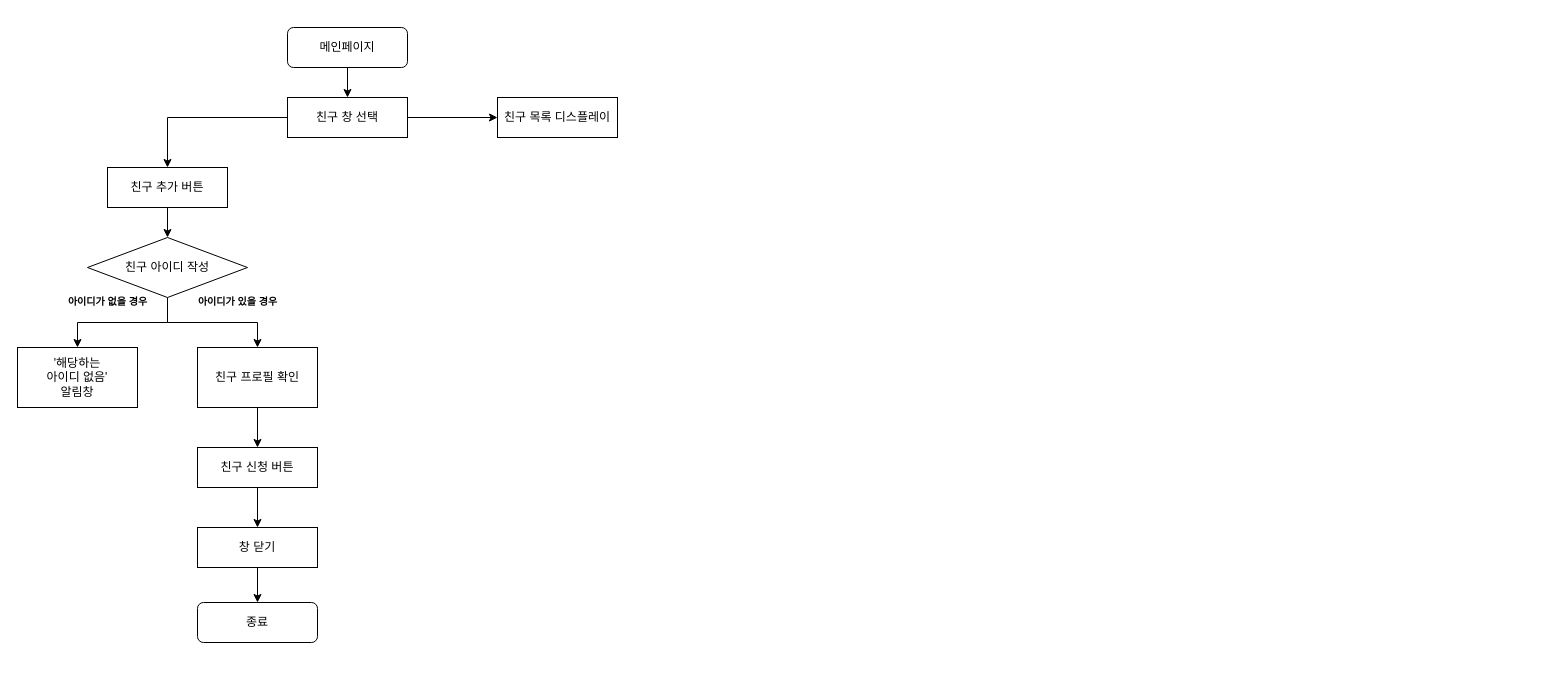
Earlier version of the draw.io diagram 제목 없는 다이어그램.drawio (belavenir21/git_sample). Source tidied: cells renumbered, new cells numbered last; positions are measured from the earlier drawing's top-left corner, leaving out a move shared by most shapes. Both pictures are drawn from the tidied source at 100%, with x=0, y=0 at pixel (17, 27).
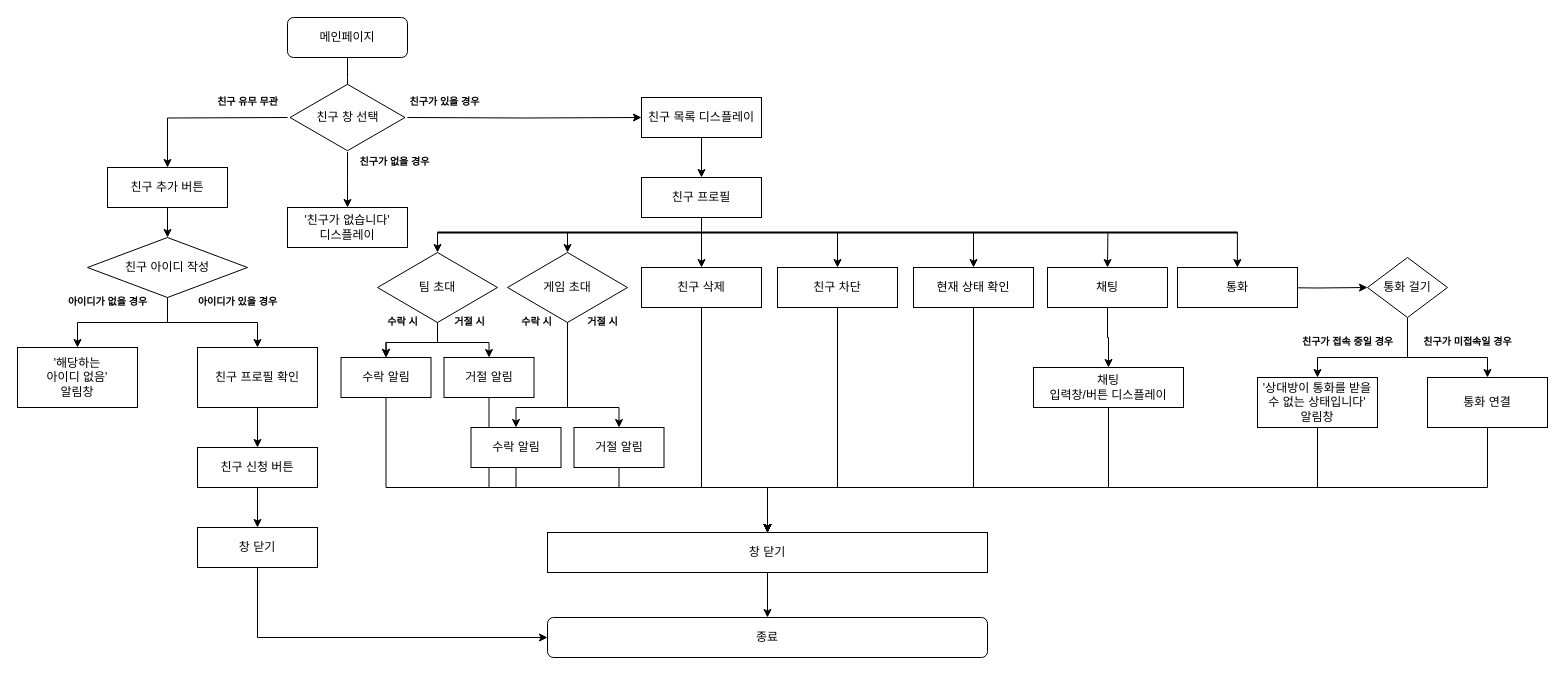
The same diagram, later.

Commit message:
제목 없는 다이어그램.drawio 업데이트

Unchanged cells that the change refers to:
```xml
<mxCell id="9" value="친구 추가 버튼" style="whiteSpace=wrap;html=1;rounded=0;" parent="1" vertex="1">
  <mxGeometry x="90" y="140" width="120" height="40" as="geometry" />
</mxCell>
<mxCell id="21" value="창 닫기" style="whiteSpace=wrap;html=1;rounded=0;" parent="1" vertex="1">
  <mxGeometry x="180" y="500" width="120" height="40" as="geometry" />
</mxCell>
```

The edit, as a diff of the source:
```diff
@@
-    <mxCell id="2" style="edgeStyle=orthogonalEdgeStyle;rounded=0;jettySize=auto;html=1;entryX=0.5;entryY=0;entryDx=0;entryDy=0;" parent="1" edge="1" source="3" target="7">
-      <mxGeometry relative="1" as="geometry" />
+    <mxCell id="2" style="edgeStyle=orthogonalEdgeStyle;rounded=0;jettySize=auto;html=1;entryX=0.5;entryY=0;entryDx=0;entryDy=0;" parent="1" edge="1" source="3">
+      <mxGeometry relative="1" as="geometry">
+        <mxPoint x="330" y="70" as="targetPoint" />
+      </mxGeometry>
     </mxCell>
     <mxCell id="3" value="메인페이지" style="rounded=1;whiteSpace=wrap;html=1;fontSize=12;glass=0;strokeWidth=1;shadow=0;" parent="1" vertex="1">
-      <mxGeometry x="270" width="120" height="40" as="geometry" />
+      <mxGeometry x="270" y="-10" width="120" height="40" as="geometry" />
     </mxCell>
     <mxCell id="4" value="종료" style="rounded=1;whiteSpace=wrap;html=1;fontSize=12;glass=0;strokeWidth=1;shadow=0;" parent="1" vertex="1">
-      <mxGeometry x="180" y="575" width="120" height="40" as="geometry" />
+      <mxGeometry x="530" y="590" width="440" height="40" as="geometry" />
     </mxCell>
-    <mxCell id="5" style="edgeStyle=orthogonalEdgeStyle;rounded=0;jettySize=auto;html=1;" parent="1" edge="1" source="7" target="9">
-      <mxGeometry relative="1" as="geometry" />
+    <mxCell id="5" style="edgeStyle=orthogonalEdgeStyle;rounded=0;jettySize=auto;html=1;" parent="1" edge="1" target="9">
+      <mxGeometry relative="1" as="geometry">
+        <mxPoint x="270" y="90" as="sourcePoint" />
+      </mxGeometry>
     </mxCell>
-    <mxCell id="6" style="edgeStyle=orthogonalEdgeStyle;rounded=0;jettySize=auto;html=1;" parent="1" edge="1" source="7" target="22">
-      <mxGeometry relative="1" as="geometry" />
+    <mxCell id="6" style="edgeStyle=orthogonalEdgeStyle;rounded=0;jettySize=auto;html=1;exitX=1;exitY=0.5;exitDx=0;exitDy=0;" parent="1" edge="1" target="22">
+      <mxGeometry relative="1" as="geometry">
+        <mxPoint x="390" y="90" as="sourcePoint" />
+      </mxGeometry>
     </mxCell>
-    <mxCell id="7" value="친구 창 선택" style="rounded=0;whiteSpace=wrap;html=1;" parent="1" vertex="1">
-      <mxGeometry x="270" y="70" width="120" height="40" as="geometry" />
-    </mxCell>
@@
     <mxCell id="20" style="edgeStyle=orthogonalEdgeStyle;rounded=0;jettySize=auto;html=1;" parent="1" edge="1" source="21" target="4">
-      <mxGeometry relative="1" as="geometry" />
+      <mxGeometry relative="1" as="geometry">
+        <Array as="points">
+          <mxPoint x="240" y="610" />
+        </Array>
+      </mxGeometry>
     </mxCell>
@@
+    <mxCell id="23" style="edgeStyle=orthogonalEdgeStyle;rounded=0;jettySize=auto;html=1;" parent="1" edge="1" source="22" target="25">
+      <mxGeometry relative="1" as="geometry" />
+    </mxCell>
     <mxCell id="22" value="친구 목록 디스플레이" style="whiteSpace=wrap;html=1;rounded=0;" parent="1" vertex="1">
-      <mxGeometry x="480" y="70" width="120" height="40" as="geometry" />
+      <mxGeometry x="624" y="70" width="120" height="40" as="geometry" />
     </mxCell>
+    <mxCell id="24" style="edgeStyle=orthogonalEdgeStyle;rounded=0;jettySize=auto;html=1;exitX=0.5;exitY=1;exitDx=0;exitDy=0;entryX=0.5;entryY=0;entryDx=0;entryDy=0;" parent="1" edge="1" source="25" target="39">
+      <mxGeometry relative="1" as="geometry" />
+    </mxCell>
+    <mxCell id="25" value="친구 프로필" style="whiteSpace=wrap;html=1;rounded=0;" parent="1" vertex="1">
+      <mxGeometry x="624" y="150" width="120" height="40" as="geometry" />
+    </mxCell>
+    <mxCell id="26" style="edgeStyle=orthogonalEdgeStyle;rounded=0;jettySize=auto;html=1;exitX=0.5;exitY=1;exitDx=0;exitDy=0;entryX=0.5;entryY=0;entryDx=0;entryDy=0;" parent="1" edge="1" source="28" target="51">
+      <mxGeometry relative="1" as="geometry">
+        <Array as="points">
+          <mxPoint x="550" y="380" />
+          <mxPoint x="499" y="380" />
+        </Array>
+      </mxGeometry>
+    </mxCell>
+    <mxCell id="27" style="edgeStyle=orthogonalEdgeStyle;rounded=0;jettySize=auto;html=1;exitX=0.5;exitY=1;exitDx=0;exitDy=0;entryX=0.5;entryY=0;entryDx=0;entryDy=0;" parent="1" edge="1" source="28" target="53">
+      <mxGeometry relative="1" as="geometry">
+        <Array as="points">
+          <mxPoint x="550" y="380" />
+          <mxPoint x="601" y="380" />
+        </Array>
+      </mxGeometry>
+    </mxCell>
+    <mxCell id="28" value="게임 초대" style="rhombus;whiteSpace=wrap;html=1;rounded=0;" parent="1" vertex="1">
+      <mxGeometry x="490" y="225" width="120" height="70" as="geometry" />
+    </mxCell>
+    <mxCell id="29" style="edgeStyle=orthogonalEdgeStyle;rounded=0;jettySize=auto;html=1;" parent="1" edge="1" source="32" target="47">
+      <mxGeometry relative="1" as="geometry" />
+    </mxCell>
+    <mxCell id="30" style="edgeStyle=orthogonalEdgeStyle;rounded=0;jettySize=auto;html=1;" parent="1" edge="1" source="32" target="47">
+      <mxGeometry relative="1" as="geometry" />
+    </mxCell>
+    <mxCell id="31" style="edgeStyle=orthogonalEdgeStyle;rounded=0;jettySize=auto;html=1;exitX=0.5;exitY=1;exitDx=0;exitDy=0;entryX=0.5;entryY=0;entryDx=0;entryDy=0;" parent="1" edge="1" source="32" target="49">
+      <mxGeometry relative="1" as="geometry" />
+    </mxCell>
+    <mxCell id="32" value="팀 초대" style="rhombus;whiteSpace=wrap;html=1;rounded=0;" parent="1" vertex="1">
+      <mxGeometry x="360" y="225" width="120" height="70" as="geometry" />
+    </mxCell>
+    <mxCell id="33" style="edgeStyle=orthogonalEdgeStyle;rounded=0;jettySize=auto;html=1;exitX=0.5;exitY=1;exitDx=0;exitDy=0;entryX=0.5;entryY=0;entryDx=0;entryDy=0;" parent="1" edge="1" source="34" target="55">
+      <mxGeometry relative="1" as="geometry">
+        <Array as="points">
+          <mxPoint x="820" y="460" />
+          <mxPoint x="750" y="460" />
+        </Array>
+      </mxGeometry>
+    </mxCell>
+    <mxCell id="34" value="친구 차단" style="whiteSpace=wrap;html=1;rounded=0;" parent="1" vertex="1">
+      <mxGeometry x="760" y="240" width="120" height="40" as="geometry" />
+    </mxCell>
+    <mxCell id="35" style="edgeStyle=orthogonalEdgeStyle;rounded=0;jettySize=auto;html=1;exitX=0.5;exitY=1;exitDx=0;exitDy=0;entryX=0.5;entryY=0;entryDx=0;entryDy=0;" parent="1" edge="1" source="36" target="55">
+      <mxGeometry relative="1" as="geometry">
+        <Array as="points">
+          <mxPoint x="956" y="460" />
+          <mxPoint x="750" y="460" />
+        </Array>
+      </mxGeometry>
+    </mxCell>
+    <mxCell id="36" value="현재 상태 확인" style="whiteSpace=wrap;html=1;rounded=0;" parent="1" vertex="1">
+      <mxGeometry x="896" y="240" width="120" height="40" as="geometry" />
+    </mxCell>
+    <mxCell id="37" style="edgeStyle=orthogonalEdgeStyle;rounded=0;orthogonalLoop=1;jettySize=auto;html=1;exitX=0.5;exitY=1;exitDx=0;exitDy=0;" parent="1" edge="1" source="36" target="36">
+      <mxGeometry relative="1" as="geometry" />
+    </mxCell>
+    <mxCell id="38" style="edgeStyle=orthogonalEdgeStyle;rounded=0;jettySize=auto;html=1;exitX=0.5;exitY=1;exitDx=0;exitDy=0;entryX=0.5;entryY=0;entryDx=0;entryDy=0;" parent="1" edge="1" source="39" target="55">
+      <mxGeometry relative="1" as="geometry">
+        <Array as="points">
+          <mxPoint x="684" y="460" />
+          <mxPoint x="750" y="460" />
+        </Array>
+      </mxGeometry>
+    </mxCell>
+    <mxCell id="39" value="친구 삭제" style="whiteSpace=wrap;html=1;rounded=0;" parent="1" vertex="1">
+      <mxGeometry x="624" y="240" width="120" height="40" as="geometry" />
+    </mxCell>
+    <mxCell id="40" style="edgeStyle=orthogonalEdgeStyle;rounded=0;jettySize=auto;html=1;exitX=0.25;exitY=0.5;exitDx=0;exitDy=0;exitPerimeter=0;entryX=0.5;entryY=0;entryDx=0;entryDy=0;" parent="1" edge="1" source="45" target="28">
+      <mxGeometry relative="1" as="geometry">
+        <Array as="points">
+          <mxPoint x="550" y="205" />
+        </Array>
+      </mxGeometry>
+    </mxCell>
+    <mxCell id="41" style="edgeStyle=orthogonalEdgeStyle;rounded=0;jettySize=auto;html=1;exitX=0;exitY=0.5;exitDx=0;exitDy=0;exitPerimeter=0;entryX=0.5;entryY=0;entryDx=0;entryDy=0;" parent="1" edge="1" source="45" target="32">
+      <mxGeometry relative="1" as="geometry" />
+    </mxCell>
+    <mxCell id="42" style="edgeStyle=orthogonalEdgeStyle;rounded=0;jettySize=auto;html=1;exitX=0.75;exitY=0.5;exitDx=0;exitDy=0;exitPerimeter=0;entryX=0.5;entryY=0;entryDx=0;entryDy=0;" parent="1" edge="1" source="45" target="34">
+      <mxGeometry relative="1" as="geometry">
+        <Array as="points">
+          <mxPoint x="820" y="205" />
+        </Array>
+      </mxGeometry>
+    </mxCell>
+    <mxCell id="43" style="edgeStyle=orthogonalEdgeStyle;rounded=0;jettySize=auto;html=1;exitX=1;exitY=0.5;exitDx=0;exitDy=0;exitPerimeter=0;entryX=0.5;entryY=0;entryDx=0;entryDy=0;" parent="1" edge="1" source="45" target="36">
+      <mxGeometry relative="1" as="geometry">
+        <Array as="points">
+          <mxPoint x="956" y="205" />
+        </Array>
+      </mxGeometry>
+    </mxCell>
+    <mxCell id="44" style="edgeStyle=orthogonalEdgeStyle;rounded=0;jettySize=auto;html=1;exitX=0.838;exitY=0.562;exitDx=0;exitDy=0;exitPerimeter=0;entryX=0.5;entryY=0;entryDx=0;entryDy=0;" parent="1" edge="1" source="45" target="66">
+      <mxGeometry relative="1" as="geometry" />
+    </mxCell>
+    <mxCell id="45" style="line;strokeWidth=2;html=1;" parent="1" vertex="1">
+      <mxGeometry x="420" y="200" width="800" height="10" as="geometry" />
+    </mxCell>
+    <mxCell id="46" style="edgeStyle=orthogonalEdgeStyle;rounded=0;jettySize=auto;html=1;exitX=0.5;exitY=1;exitDx=0;exitDy=0;entryX=0.5;entryY=0;entryDx=0;entryDy=0;" parent="1" edge="1" source="47" target="55">
+      <mxGeometry relative="1" as="geometry">
+        <Array as="points">
+          <mxPoint x="369" y="460" />
+          <mxPoint x="750" y="460" />
+        </Array>
+      </mxGeometry>
+    </mxCell>
+    <mxCell id="47" value="수락 알림" style="whiteSpace=wrap;html=1;rounded=0;" parent="1" vertex="1">
+      <mxGeometry x="323.5" y="330" width="90" height="40" as="geometry" />
+    </mxCell>
+    <mxCell id="48" style="edgeStyle=orthogonalEdgeStyle;rounded=0;jettySize=auto;html=1;exitX=0.5;exitY=1;exitDx=0;exitDy=0;entryX=0.5;entryY=0;entryDx=0;entryDy=0;" parent="1" edge="1" source="49" target="55">
+      <mxGeometry relative="1" as="geometry">
+        <Array as="points">
+          <mxPoint x="472" y="460" />
+          <mxPoint x="750" y="460" />
+        </Array>
+      </mxGeometry>
+    </mxCell>
+    <mxCell id="49" value="거절 알림" style="whiteSpace=wrap;html=1;rounded=0;" parent="1" vertex="1">
+      <mxGeometry x="426.5" y="330" width="90" height="40" as="geometry" />
+    </mxCell>
+    <mxCell id="50" style="edgeStyle=orthogonalEdgeStyle;rounded=0;jettySize=auto;html=1;exitX=0.5;exitY=1;exitDx=0;exitDy=0;entryX=0.5;entryY=0;entryDx=0;entryDy=0;" parent="1" edge="1" source="51" target="55">
+      <mxGeometry relative="1" as="geometry">
+        <Array as="points">
+          <mxPoint x="499" y="460" />
+          <mxPoint x="750" y="460" />
+        </Array>
+      </mxGeometry>
+    </mxCell>
+    <mxCell id="51" value="수락 알림" style="whiteSpace=wrap;html=1;rounded=0;" parent="1" vertex="1">
+      <mxGeometry x="453.5" y="400" width="90" height="40" as="geometry" />
+    </mxCell>
+    <mxCell id="52" style="edgeStyle=orthogonalEdgeStyle;rounded=0;jettySize=auto;html=1;exitX=0.5;exitY=1;exitDx=0;exitDy=0;entryX=0.5;entryY=0;entryDx=0;entryDy=0;" parent="1" edge="1" source="53" target="55">
+      <mxGeometry relative="1" as="geometry">
+        <Array as="points">
+          <mxPoint x="601" y="460" />
+          <mxPoint x="750" y="460" />
+        </Array>
+      </mxGeometry>
+    </mxCell>
+    <mxCell id="53" value="거절 알림" style="whiteSpace=wrap;html=1;rounded=0;" parent="1" vertex="1">
+      <mxGeometry x="556.5" y="400" width="90" height="40" as="geometry" />
+    </mxCell>
+    <mxCell id="54" style="edgeStyle=orthogonalEdgeStyle;rounded=0;jettySize=auto;html=1;" parent="1" edge="1" source="55" target="4">
+      <mxGeometry relative="1" as="geometry" />
+    </mxCell>
+    <mxCell id="55" value="창 닫기" style="whiteSpace=wrap;html=1;rounded=0;" parent="1" vertex="1">
+      <mxGeometry x="530" y="505" width="440" height="40" as="geometry" />
+    </mxCell>
+    <mxCell id="56" value="&lt;font style=&quot;font-size: 10px;&quot;&gt;수락 시&lt;/font&gt;" style="text;strokeColor=none;fillColor=none;html=1;fontSize=24;fontStyle=1;verticalAlign=middle;align=center;" parent="1" vertex="1">
+      <mxGeometry x="360" y="280" width="50" height="20" as="geometry" />
+    </mxCell>
+    <mxCell id="57" value="&lt;font style=&quot;font-size: 10px;&quot;&gt;거절 시&lt;/font&gt;" style="text;strokeColor=none;fillColor=none;html=1;fontSize=24;fontStyle=1;verticalAlign=middle;align=center;" parent="1" vertex="1">
+      <mxGeometry x="426.5" y="280" width="50" height="20" as="geometry" />
+    </mxCell>
+    <mxCell id="58" value="&lt;font style=&quot;font-size: 10px;&quot;&gt;거절 시&lt;/font&gt;" style="text;strokeColor=none;fillColor=none;html=1;fontSize=24;fontStyle=1;verticalAlign=middle;align=center;" parent="1" vertex="1">
+      <mxGeometry x="560" y="280" width="50" height="20" as="geometry" />
+    </mxCell>
+    <mxCell id="59" value="&lt;font style=&quot;font-size: 10px;&quot;&gt;수락 시&lt;/font&gt;" style="text;strokeColor=none;fillColor=none;html=1;fontSize=24;fontStyle=1;verticalAlign=middle;align=center;" parent="1" vertex="1">
+      <mxGeometry x="493.5" y="280" width="50" height="20" as="geometry" />
+    </mxCell>
+    <mxCell id="60" style="edgeStyle=orthogonalEdgeStyle;rounded=0;jettySize=auto;html=1;" parent="1" edge="1" source="7">
+      <mxGeometry relative="1" as="geometry">
+        <mxPoint x="330" y="180" as="targetPoint" />
+      </mxGeometry>
+    </mxCell>
+    <mxCell id="7" value="친구 창 선택" style="html=1;whiteSpace=wrap;shape=isoRectangle;" parent="1" vertex="1">
+      <mxGeometry x="272.5" y="55.5" width="115" height="69" as="geometry" />
+    </mxCell>
+    <mxCell id="61" value="'친구가 없습니다'&lt;br style=&quot;border-color: var(--border-color);&quot;&gt;디스플레이" style="whiteSpace=wrap;html=1;rounded=0;" parent="1" vertex="1">
+      <mxGeometry x="270" y="180" width="120" height="40" as="geometry" />
+    </mxCell>
+    <mxCell id="62" value="&lt;font style=&quot;font-size: 10px;&quot;&gt;친구가 있을 경우&lt;/font&gt;" style="text;strokeColor=none;fillColor=none;html=1;fontSize=24;fontStyle=1;verticalAlign=middle;align=center;" parent="1" vertex="1">
+      <mxGeometry x="376.5" y="50" width="100" height="40" as="geometry" />
+    </mxCell>
+    <mxCell id="63" value="&lt;font style=&quot;font-size: 10px;&quot;&gt;친구가 없을 경우&lt;/font&gt;" style="text;strokeColor=none;fillColor=none;html=1;fontSize=24;fontStyle=1;verticalAlign=middle;align=center;" parent="1" vertex="1">
+      <mxGeometry x="326.5" y="110" width="100" height="40" as="geometry" />
+    </mxCell>
+    <mxCell id="64" value="&lt;font style=&quot;font-size: 10px;&quot;&gt;친구 유무 무관&lt;/font&gt;" style="text;strokeColor=none;fillColor=none;html=1;fontSize=24;fontStyle=1;verticalAlign=middle;align=center;" parent="1" vertex="1">
+      <mxGeometry x="180" y="50" width="100" height="40" as="geometry" />
+    </mxCell>
+    <mxCell id="65" style="edgeStyle=orthogonalEdgeStyle;rounded=0;jettySize=auto;html=1;" parent="1" edge="1" source="66" target="71">
+      <mxGeometry relative="1" as="geometry" />
+    </mxCell>
+    <mxCell id="66" value="채팅" style="whiteSpace=wrap;html=1;rounded=0;" parent="1" vertex="1">
+      <mxGeometry x="1030" y="240" width="120" height="40" as="geometry" />
+    </mxCell>
+    <mxCell id="67" style="edgeStyle=orthogonalEdgeStyle;rounded=0;jettySize=auto;html=1;" parent="1" edge="1" target="73">
+      <mxGeometry relative="1" as="geometry">
+        <mxPoint x="1250" y="260" as="sourcePoint" />
+      </mxGeometry>
+    </mxCell>
+    <mxCell id="68" value="통화" style="whiteSpace=wrap;html=1;rounded=0;" parent="1" vertex="1">
+      <mxGeometry x="1160" y="240" width="120" height="40" as="geometry" />
+    </mxCell>
+    <mxCell id="69" style="edgeStyle=orthogonalEdgeStyle;rounded=0;orthogonalLoop=1;jettySize=auto;html=1;exitX=0.788;exitY=0.456;exitDx=0;exitDy=0;exitPerimeter=0;entryX=0.5;entryY=0;entryDx=0;entryDy=0;" parent="1" edge="1">
+      <mxGeometry relative="1" as="geometry">
+        <mxPoint x="1219.9" y="205" as="sourcePoint" />
+        <mxPoint x="1219.9" y="240" as="targetPoint" />
+      </mxGeometry>
+    </mxCell>
+    <mxCell id="70" style="edgeStyle=orthogonalEdgeStyle;rounded=0;jettySize=auto;html=1;exitX=0.5;exitY=1;exitDx=0;exitDy=0;entryX=0.5;entryY=0;entryDx=0;entryDy=0;" parent="1" edge="1" source="71" target="55">
+      <mxGeometry relative="1" as="geometry">
+        <Array as="points">
+          <mxPoint x="1091" y="460" />
+          <mxPoint x="750" y="460" />
+        </Array>
+      </mxGeometry>
+    </mxCell>
+    <mxCell id="71" value="채팅&lt;br&gt;입력창/버튼 디스플레이" style="whiteSpace=wrap;html=1;rounded=0;" parent="1" vertex="1">
+      <mxGeometry x="1016" y="340" width="150" height="40" as="geometry" />
+    </mxCell>
+    <mxCell id="72" style="edgeStyle=orthogonalEdgeStyle;rounded=0;jettySize=auto;html=1;" parent="1" edge="1" source="73" target="78">
+      <mxGeometry relative="1" as="geometry">
+        <Array as="points">
+          <mxPoint x="1390" y="330" />
+          <mxPoint x="1300" y="330" />
+        </Array>
+      </mxGeometry>
+    </mxCell>
+    <mxCell id="73" value="통화 걸기" style="rhombus;whiteSpace=wrap;html=1;rounded=0;" parent="1" vertex="1">
+      <mxGeometry x="1350" y="230" width="80" height="60" as="geometry" />
+    </mxCell>
+    <mxCell id="74" style="edgeStyle=orthogonalEdgeStyle;rounded=0;jettySize=auto;html=1;exitX=1;exitY=0.25;exitDx=0;exitDy=0;entryX=0.5;entryY=0;entryDx=0;entryDy=0;" parent="1" edge="1" source="75" target="80">
+      <mxGeometry relative="1" as="geometry">
+        <Array as="points">
+          <mxPoint x="1390" y="330" />
+          <mxPoint x="1470" y="330" />
+        </Array>
+      </mxGeometry>
+    </mxCell>
+    <mxCell id="75" value="&lt;font style=&quot;font-size: 10px;&quot;&gt;친구가 접속 중일 경우&lt;/font&gt;" style="text;strokeColor=none;fillColor=none;html=1;fontSize=24;fontStyle=1;verticalAlign=middle;align=center;" parent="1" vertex="1">
+      <mxGeometry x="1270" y="290" width="120" height="40" as="geometry" />
+    </mxCell>
+    <mxCell id="76" value="&lt;font style=&quot;font-size: 10px;&quot;&gt;친구가 미접속일 경우&lt;/font&gt;" style="text;strokeColor=none;fillColor=none;html=1;fontSize=24;fontStyle=1;verticalAlign=middle;align=center;" parent="1" vertex="1">
+      <mxGeometry x="1390" y="290" width="120" height="40" as="geometry" />
+    </mxCell>
+    <mxCell id="77" style="edgeStyle=orthogonalEdgeStyle;rounded=0;jettySize=auto;html=1;exitX=0.5;exitY=1;exitDx=0;exitDy=0;entryX=0.5;entryY=0;entryDx=0;entryDy=0;" parent="1" edge="1" source="78" target="55">
+      <mxGeometry relative="1" as="geometry">
+        <Array as="points">
+          <mxPoint x="1300" y="460" />
+          <mxPoint x="750" y="460" />
+        </Array>
+      </mxGeometry>
+    </mxCell>
+    <mxCell id="78" value="'상대방이 통화를 받을 수 없는 상태입니다'&lt;br&gt;알림창" style="whiteSpace=wrap;html=1;rounded=0;" parent="1" vertex="1">
+      <mxGeometry x="1240" y="350" width="120" height="50" as="geometry" />
+    </mxCell>
+    <mxCell id="79" style="edgeStyle=orthogonalEdgeStyle;rounded=0;jettySize=auto;html=1;exitX=0.5;exitY=1;exitDx=0;exitDy=0;entryX=0.5;entryY=0;entryDx=0;entryDy=0;" parent="1" edge="1" source="80" target="55">
+      <mxGeometry relative="1" as="geometry">
+        <Array as="points">
+          <mxPoint x="1470" y="460" />
+          <mxPoint x="750" y="460" />
+        </Array>
+      </mxGeometry>
+    </mxCell>
+    <mxCell id="80" value="통화 연결" style="whiteSpace=wrap;html=1;rounded=0;" parent="1" vertex="1">
+      <mxGeometry x="1410" y="350" width="120" height="50" as="geometry" />
+    </mxCell>
```
